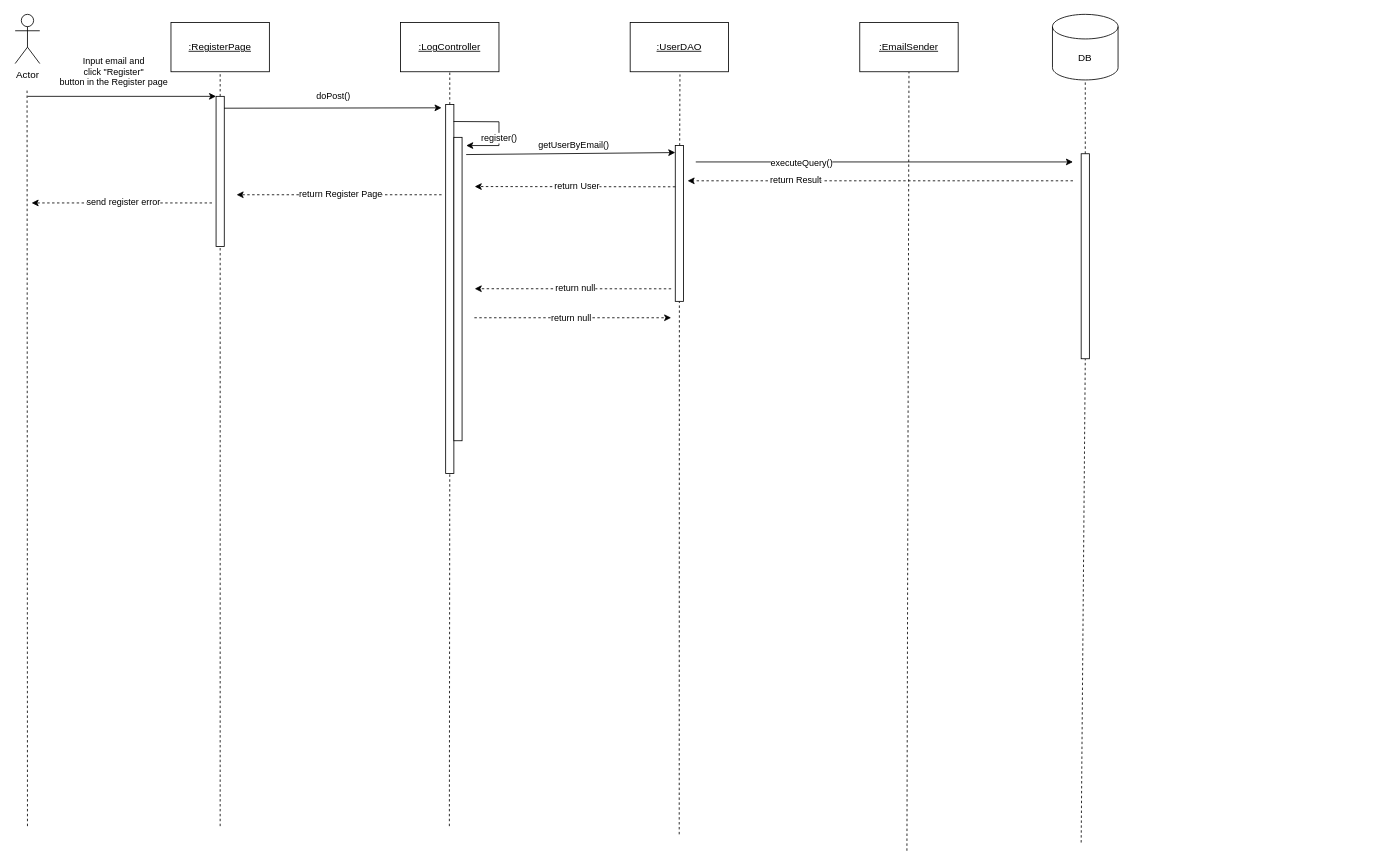
The draw.io diagram document/SDS/8.Function_Register/Sequence_Diagram/Register_Sequence_Diagram.drawio in QuocZuong/perfume-store, before the edit. Source tidied: cells renumbered, new cells numbered last; positions are measured from the earlier drawing's top-left corner, leaving out a move shared by most shapes. Both pictures are drawn from the tidied source at 82%, with x=0, y=0 at pixel (15, 14).
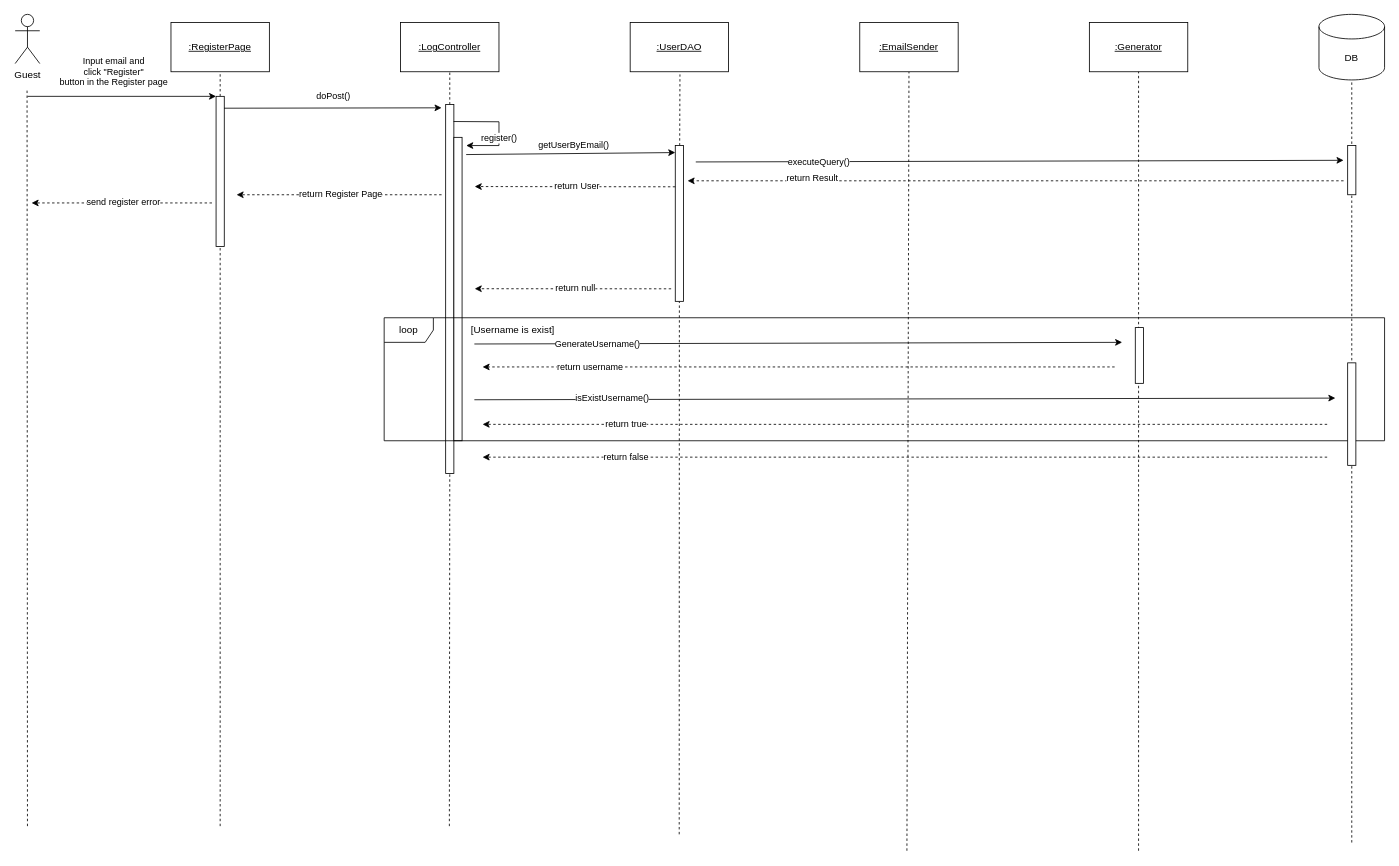
Above is the later version.

Commit message:
Add sequence diagram in register

Change to the diagram source:
```diff
@@
-    <mxCell id="3" value="Actor" style="shape=umlActor;verticalLabelPosition=bottom;verticalAlign=top;html=1;" parent="1" vertex="1">
+    <mxCell id="3" value="Guest" style="shape=umlActor;verticalLabelPosition=bottom;verticalAlign=top;html=1;" parent="1" vertex="1">
       <mxGeometry width="30" height="60" as="geometry" />
     </mxCell>
@@
     <mxCell id="8" value="DB" style="shape=cylinder3;whiteSpace=wrap;html=1;boundedLbl=1;backgroundOutline=1;size=15;" parent="1" vertex="1">
-      <mxGeometry x="1265" width="80" height="80" as="geometry" />
+      <mxGeometry x="1590" width="80" height="80" as="geometry" />
     </mxCell>
@@
-    <mxCell id="12" style="endArrow=none;dashed=1;html=1;rounded=0;entryX=0.5;entryY=1;entryDx=0;entryDy=0;entryPerimeter=0;" parent="1" edge="1" source="28" target="8">
-      <mxGeometry relative="1" as="geometry" />
+    <mxCell id="12" style="endArrow=none;dashed=1;html=1;rounded=0;entryX=0.5;entryY=1;entryDx=0;entryDy=0;entryPerimeter=0;" parent="1" edge="1" target="8">
+      <mxGeometry relative="1" as="geometry">
+        <mxPoint x="1630" y="1010" as="sourcePoint" />
+      </mxGeometry>
     </mxCell>
@@
     <mxCell id="24" value="executeQuery()" style="endArrow=classic;html=1;rounded=0;" parent="1" edge="1">
-      <mxGeometry x="-0.44" y="-1" relative="1" as="geometry">
+      <mxGeometry x="-0.62" relative="1" as="geometry">
         <mxPoint x="830" y="180" as="sourcePoint" />
-        <mxPoint x="1290" y="180" as="targetPoint" />
+        <mxPoint x="1620" y="178" as="targetPoint" />
       </mxGeometry>
     </mxCell>
     <mxCell id="25" value="return Result" style="endArrow=classic;html=1;rounded=0;dashed=1;" parent="1" edge="1">
-      <mxGeometry x="0.44" y="-1" relative="1" as="geometry">
-        <mxPoint x="1290" y="203" as="sourcePoint" />
+      <mxGeometry x="0.62" y="-3" relative="1" as="geometry">
+        <mxPoint x="1620" y="203" as="sourcePoint" />
         <mxPoint x="820" y="203" as="targetPoint" />
       </mxGeometry>
     </mxCell>
@@
-    <mxCell id="27" style="endArrow=none;dashed=1;html=1;rounded=0;entryX=0.5;entryY=1;entryDx=0;entryDy=0;entryPerimeter=0;" parent="1" edge="1" target="28">
-      <mxGeometry relative="1" as="geometry">
-        <mxPoint x="1300" y="1010" as="sourcePoint" />
-      </mxGeometry>
-    </mxCell>
     <mxCell id="28" style="rounded=0;whiteSpace=wrap;html=1;" parent="1" vertex="1">
-      <mxGeometry x="1300" y="170" width="10" height="250" as="geometry" />
+      <mxGeometry x="1625" y="160" width="10" height="60" as="geometry" />
     </mxCell>
@@
-    <mxCell id="33" value="return null" style="endArrow=classic;html=1;rounded=0;dashed=1;" parent="1" edge="1">
-      <mxGeometry x="-0.02" y="-1" relative="1" as="geometry">
-        <mxPoint x="560" y="370" as="sourcePoint" />
-        <mxPoint x="800" y="370" as="targetPoint" />
-      </mxGeometry>
-    </mxCell>
+    <mxCell id="34" value="&lt;u&gt;:Generator&lt;/u&gt;" style="rounded=0;whiteSpace=wrap;html=1;" parent="1" vertex="1">
+      <mxGeometry x="1310" y="10" width="120" height="60" as="geometry" />
+    </mxCell>
+    <mxCell id="35" style="endArrow=none;dashed=1;html=1;rounded=0;entryX=0.5;entryY=1;entryDx=0;entryDy=0;" parent="1" edge="1" target="34">
+      <mxGeometry relative="1" as="geometry">
+        <mxPoint x="1370" y="1020" as="sourcePoint" />
+      </mxGeometry>
+    </mxCell>
+    <mxCell id="36" style="rounded=0;whiteSpace=wrap;html=1;" parent="1" vertex="1">
+      <mxGeometry x="1366" y="382" width="10" height="68" as="geometry" />
+    </mxCell>
+    <mxCell id="37" value="return username" style="endArrow=classic;html=1;rounded=0;dashed=1;" parent="1" edge="1">
+      <mxGeometry x="0.66" relative="1" as="geometry">
+        <mxPoint x="1340.8" y="430" as="sourcePoint" />
+        <mxPoint x="570" y="430" as="targetPoint" />
+      </mxGeometry>
+    </mxCell>
+    <mxCell id="38" value="GenerateUsername()" style="endArrow=classic;html=1;rounded=0;" parent="1" edge="1">
+      <mxGeometry x="-0.62" relative="1" as="geometry">
+        <mxPoint x="560" y="402" as="sourcePoint" />
+        <mxPoint x="1350" y="400" as="targetPoint" />
+      </mxGeometry>
+    </mxCell>
+    <mxCell id="39" value="isExistUsername()" style="endArrow=classic;html=1;rounded=0;" parent="1" edge="1">
+      <mxGeometry x="-0.68" y="2" relative="1" as="geometry">
+        <mxPoint x="560" y="470" as="sourcePoint" />
+        <mxPoint x="1610" y="468" as="targetPoint" />
+      </mxGeometry>
+    </mxCell>
+    <mxCell id="40" value="return true" style="endArrow=classic;html=1;rounded=0;dashed=1;" parent="1" edge="1">
+      <mxGeometry x="0.66" relative="1" as="geometry">
+        <mxPoint x="1600" y="500" as="sourcePoint" />
+        <mxPoint x="570" y="500" as="targetPoint" />
+      </mxGeometry>
+    </mxCell>
+    <mxCell id="41" value="return false" style="endArrow=classic;html=1;rounded=0;dashed=1;" parent="1" edge="1">
+      <mxGeometry x="0.66" relative="1" as="geometry">
+        <mxPoint x="1600" y="540" as="sourcePoint" />
+        <mxPoint x="570" y="540" as="targetPoint" />
+      </mxGeometry>
+    </mxCell>
+    <mxCell id="42" value="loop" style="shape=umlFrame;whiteSpace=wrap;html=1;" parent="1" vertex="1">
+      <mxGeometry x="450" y="370" width="1220" height="150" as="geometry" />
+    </mxCell>
+    <mxCell id="43" style="rounded=0;whiteSpace=wrap;html=1;" parent="1" vertex="1">
+      <mxGeometry x="1625" y="425" width="10" height="125" as="geometry" />
+    </mxCell>
+    <mxCell id="44" value="[Username is exist]" style="text;strokeColor=none;fillColor=none;align=left;verticalAlign=middle;spacingLeft=4;spacingRight=4;overflow=hidden;whiteSpace=wrap;html=1;" parent="1" vertex="1">
+      <mxGeometry x="550" y="370" width="120" height="30" as="geometry" />
+    </mxCell>
```
